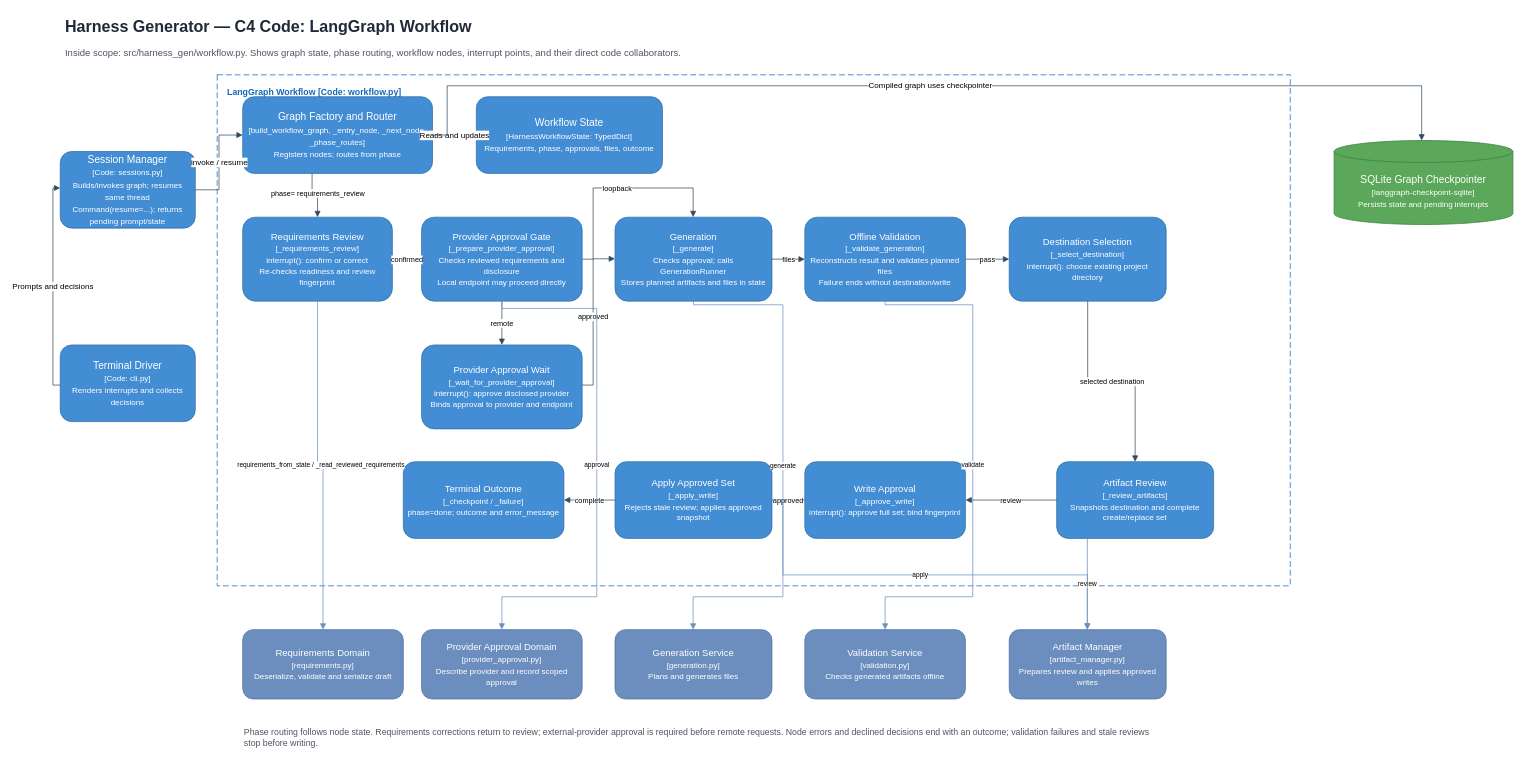
eduardmelnychenko/harness-gen keeps this draw.io diagram as docs/diagrams/c4-workflow-code.drawio. Above is the earlier version. Source tidied: cells renumbered, new cells numbered last; positions are measured from the earlier drawing's top-left corner, leaving out a move shared by most shapes. Both pictures are drawn from the tidied source at 73%, with x=0, y=0 at pixel (53, 12).
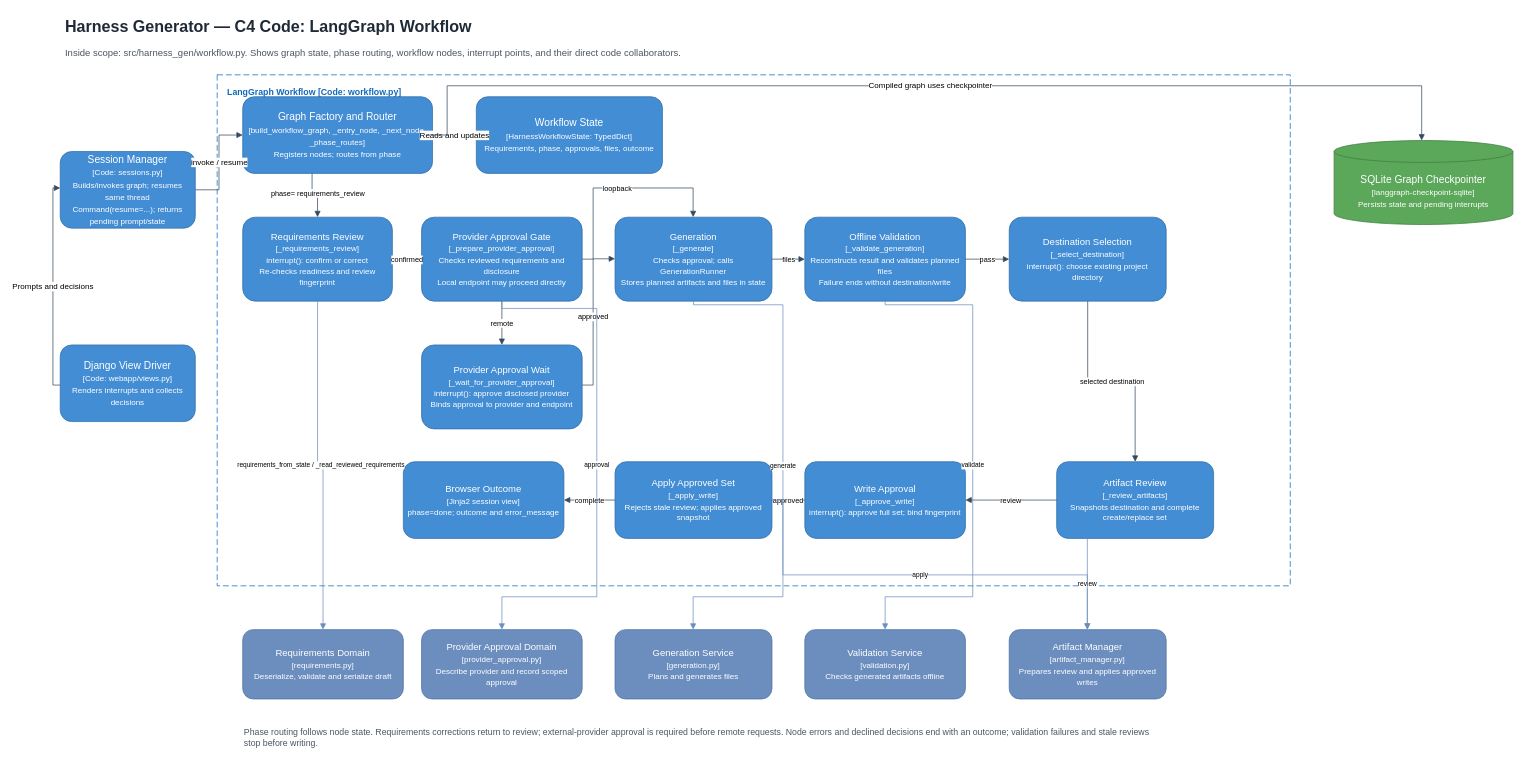
After the change.

Change to the diagram source:
```diff
@@
-    <mxCell id="6" value="Terminal Driver&lt;br&gt;&lt;font style=&quot;font-size:11px&quot;&gt;[Code: cli.py]&lt;br&gt;Renders interrupts and collects decisions&lt;/font&gt;" style="rounded=1;whiteSpace=wrap;html=1;fillColor=#438dd5;fontColor=#ffffff;strokeColor=#2e6da4;fontSize=14;align=center;verticalAlign=middle;spacing=7;" parent="1" vertex="1">
+    <mxCell id="6" value="Django View Driver&lt;br&gt;&lt;font style=&quot;font-size:11px&quot;&gt;[Code: webapp/views.py]&lt;br&gt;Renders interrupts and collects decisions&lt;/font&gt;" style="rounded=1;whiteSpace=wrap;html=1;fillColor=#438dd5;fontColor=#ffffff;strokeColor=#2e6da4;fontSize=14;align=center;verticalAlign=middle;spacing=7;" parent="1" vertex="1">
       <mxGeometry x="10" y="455" width="185" height="105" as="geometry" />
     </mxCell>
@@
-    <mxCell id="18" value="Terminal Outcome&lt;br&gt;&lt;font style=&quot;font-size:11px&quot;&gt;[_checkpoint / _failure]&lt;br&gt;phase=done; outcome and error_message&lt;/font&gt;" style="rounded=1;whiteSpace=wrap;html=1;fillColor=#438dd5;fontColor=#ffffff;strokeColor=#2e6da4;fontSize=13;align=center;verticalAlign=middle;spacing=7;" parent="1" vertex="1">
+    <mxCell id="18" value="Browser Outcome&lt;br&gt;&lt;font style=&quot;font-size:11px&quot;&gt;[Jinja2 session view]&lt;br&gt;phase=done; outcome and error_message&lt;/font&gt;" style="rounded=1;whiteSpace=wrap;html=1;fillColor=#438dd5;fontColor=#ffffff;strokeColor=#2e6da4;fontSize=13;align=center;verticalAlign=middle;spacing=7;" parent="1" vertex="1">
       <mxGeometry x="480" y="615" width="220" height="105" as="geometry" />
     </mxCell>
```
